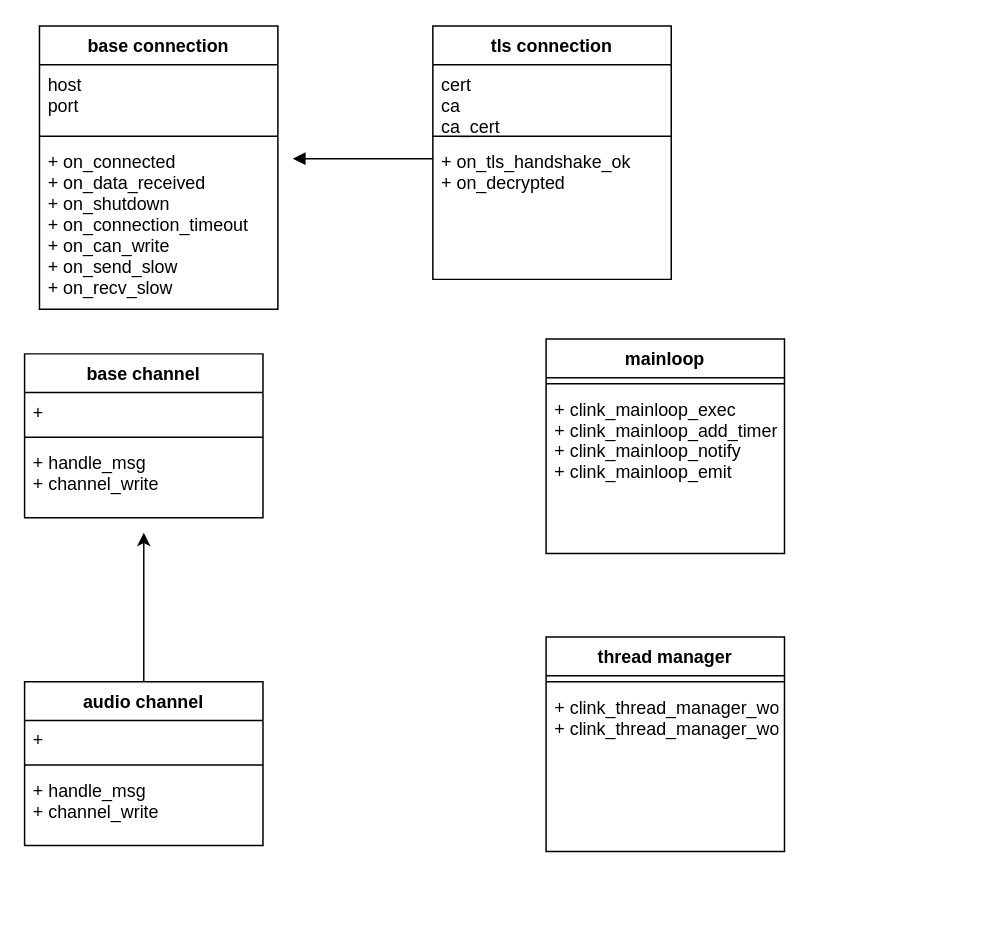
The draw.io diagram page "Page-4" (4 of 6) of clink net.drawio in qishiyexu/picpool, before the edit. Source tidied: cells renumbered, new cells numbered last; positions are measured from the earlier drawing's top-left corner, leaving out a move shared by most shapes. Both pictures are drawn from the tidied source at 149%, with x=0, y=0 at pixel (24, 25).
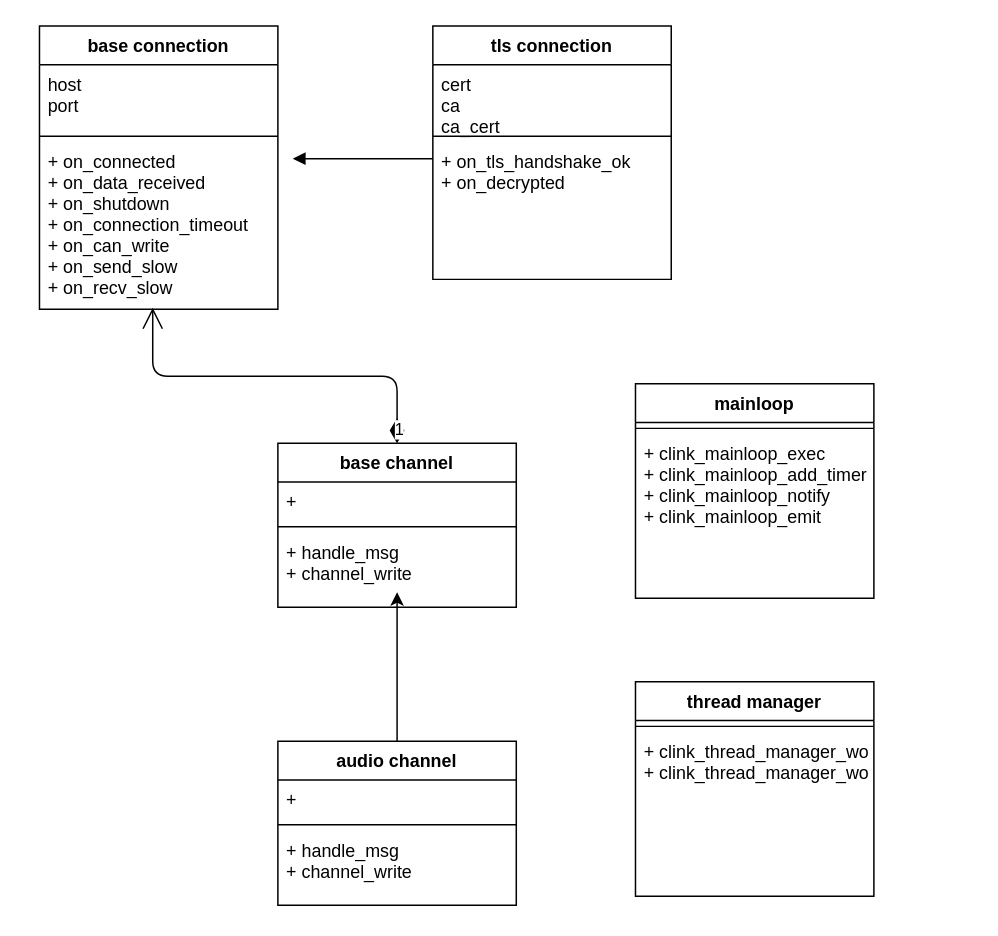
The same diagram, later.

Unchanged cells that the change refers to:
```xml
<mxCell id="5" value="+ on_connected&#10;+ on_data_received&#10;+ on_shutdown&#10;+ on_connection_timeout&#10;+ on_can_write&#10;+ on_send_slow&#10;+ on_recv_slow" style="text;strokeColor=none;fillColor=none;align=left;verticalAlign=top;spacingLeft=4;spacingRight=4;overflow=hidden;points=[[0,0.5],[1,0.5]];portConstraint=eastwest;" parent="2" vertex="1">
  <mxGeometry y="78" width="160" height="112" as="geometry" />
</mxCell>
```

The edit, as a diff of the source:
```diff
@@
     <mxCell id="11" value="base channel" style="swimlane;fontStyle=1;align=center;verticalAlign=top;horizontal=1;startSize=26;" parent="1" vertex="1">
-      <mxGeometry y="220" width="160" height="110" as="geometry" />
+      <mxGeometry x="170" y="280" width="160" height="110" as="geometry" />
     </mxCell>
@@
     <mxCell id="15" style="edgeStyle=orthogonalEdgeStyle;rounded=0;jettySize=auto;html=1;exitX=0.5;exitY=0;exitDx=0;exitDy=0;" parent="1" edge="1" source="16">
       <mxGeometry relative="1" as="geometry">
-        <mxPoint x="80" y="340" as="targetPoint" />
+        <mxPoint x="250" y="380" as="targetPoint" />
       </mxGeometry>
     </mxCell>
     <mxCell id="16" value="audio channel" style="swimlane;fontStyle=1;align=center;verticalAlign=top;horizontal=1;startSize=26;" parent="1" vertex="1">
-      <mxGeometry y="440" width="160" height="110" as="geometry" />
+      <mxGeometry x="170" y="480" width="160" height="110" as="geometry" />
     </mxCell>
@@
     <mxCell id="20" value="mainloop" style="swimlane;fontStyle=1;align=center;verticalAlign=top;horizontal=1;startSize=26;" parent="1" vertex="1">
-      <mxGeometry x="350" y="210" width="160" height="144" as="geometry" />
+      <mxGeometry x="410" y="240" width="160" height="144" as="geometry" />
     </mxCell>
@@
     <mxCell id="23" value="thread manager" style="swimlane;fontStyle=1;align=center;verticalAlign=top;horizontal=1;startSize=26;" parent="1" vertex="1">
-      <mxGeometry x="350" y="410" width="160" height="144" as="geometry" />
+      <mxGeometry x="410" y="440" width="160" height="144" as="geometry" />
     </mxCell>
@@
+    <mxCell id="26" value="1" style="endArrow=open;html=1;endSize=12;startArrow=diamondThin;startSize=14;startFill=1;edgeStyle=orthogonalEdgeStyle;align=left;verticalAlign=bottom;entryX=0.475;entryY=0.991;entryDx=0;entryDy=0;entryPerimeter=0;" parent="1" edge="1" source="11" target="5">
+      <mxGeometry x="-1" y="3" relative="1" as="geometry" />
+    </mxCell>
```
